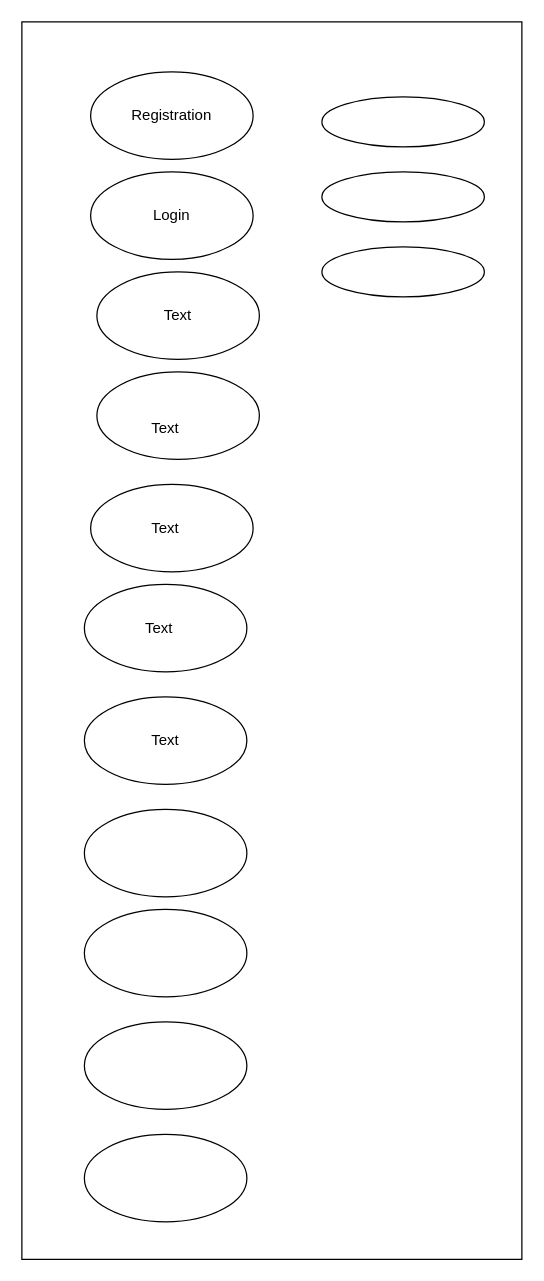
shalulaha/Minor_Project keeps this draw.io diagram as Untitled Diagram.drawio. Above is the earlier version. Source tidied: cells renumbered, new cells numbered last; positions are measured from the earlier drawing's top-left corner, leaving out a move shared by most shapes. Both pictures are drawn from the tidied source at 125%, with x=0, y=0 at pixel (21, 21).
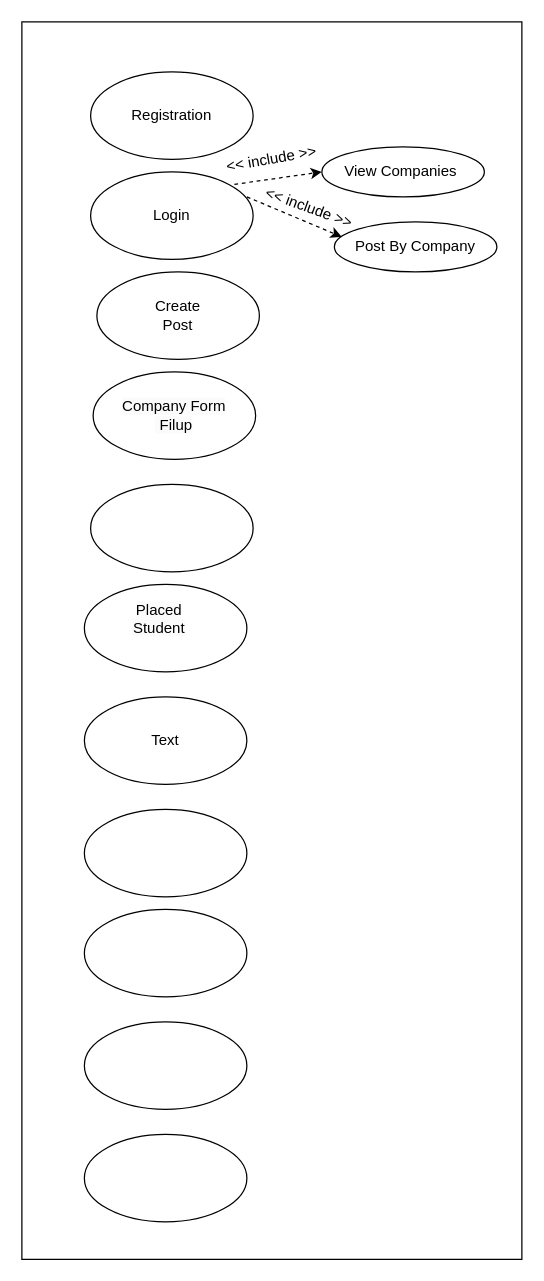
After the change.

Diff of the diagram source:
```diff
@@
-    <mxCell id="2" style="rounded=0;whiteSpace=wrap;html=1;" parent="1" vertex="1">
+    <mxCell id="2" value="&lt;br&gt;&lt;div&gt;&lt;br/&gt;&lt;/div&gt;" style="rounded=0;whiteSpace=wrap;html=1;" parent="1" vertex="1">
       <mxGeometry width="400" height="990" as="geometry" />
     </mxCell>
@@
-    <mxCell id="8" value="Text" style="text;html=1;align=center;verticalAlign=middle;whiteSpace=wrap;rounded=0;" parent="1" vertex="1">
-      <mxGeometry x="95" y="220" width="60" height="30" as="geometry" />
-    </mxCell>
-    <mxCell id="9" style="ellipse;whiteSpace=wrap;html=1;" parent="1" vertex="1">
-      <mxGeometry x="60" y="280" width="130" height="70" as="geometry" />
+    <mxCell id="9" value="&lt;br&gt;&lt;span style=&quot;color: rgb(0, 0, 0); font-family: Helvetica; font-size: 12px; font-style: normal; font-variant-ligatures: normal; font-variant-caps: normal; font-weight: 400; letter-spacing: normal; orphans: 2; text-align: center; text-indent: 0px; text-transform: none; widows: 2; word-spacing: 0px; -webkit-text-stroke-width: 0px; white-space: normal; background-color: rgb(251, 251, 251); text-decoration-thickness: initial; text-decoration-style: initial; text-decoration-color: initial; display: inline !important; float: none;&quot;&gt;Company Form&lt;/span&gt;&lt;div&gt;&lt;span style=&quot;color: rgb(0, 0, 0); font-family: Helvetica; font-size: 12px; font-style: normal; font-variant-ligatures: normal; font-variant-caps: normal; font-weight: 400; letter-spacing: normal; orphans: 2; text-align: center; text-indent: 0px; text-transform: none; widows: 2; word-spacing: 0px; -webkit-text-stroke-width: 0px; white-space: normal; background-color: rgb(251, 251, 251); text-decoration-thickness: initial; text-decoration-style: initial; text-decoration-color: initial; display: inline !important; float: none;&quot;&gt;&amp;nbsp;Filup&lt;/span&gt;&lt;br&gt;&lt;br&gt;&lt;/div&gt;" style="ellipse;whiteSpace=wrap;html=1;" parent="1" vertex="1">
+      <mxGeometry x="57" y="280" width="130" height="70" as="geometry" />
     </mxCell>
-    <mxCell id="10" value="Text" style="text;html=1;align=center;verticalAlign=middle;whiteSpace=wrap;rounded=0;" parent="1" vertex="1">
-      <mxGeometry x="85" y="310" width="60" height="30" as="geometry" />
-    </mxCell>
@@
-    <mxCell id="12" value="Text" style="text;html=1;align=center;verticalAlign=middle;whiteSpace=wrap;rounded=0;" parent="1" vertex="1">
-      <mxGeometry x="85" y="390" width="60" height="30" as="geometry" />
-    </mxCell>
@@
-    <mxCell id="14" value="Text" style="text;html=1;align=center;verticalAlign=middle;whiteSpace=wrap;rounded=0;" parent="1" vertex="1">
+    <mxCell id="14" value="&#10;&lt;span style=&quot;color: rgb(0, 0, 0); font-family: Helvetica; font-size: 12px; font-style: normal; font-variant-ligatures: normal; font-variant-caps: normal; font-weight: 400; letter-spacing: normal; orphans: 2; text-align: center; text-indent: 0px; text-transform: none; widows: 2; word-spacing: 0px; -webkit-text-stroke-width: 0px; white-space: normal; background-color: rgb(251, 251, 251); text-decoration-thickness: initial; text-decoration-style: initial; text-decoration-color: initial; display: inline !important; float: none;&quot;&gt;Placed Student&lt;/span&gt;&#10;&#10;" style="text;html=1;align=center;verticalAlign=middle;whiteSpace=wrap;rounded=0;" parent="1" vertex="1">
       <mxGeometry x="80" y="470" width="60" height="30" as="geometry" />
     </mxCell>
@@
-    <mxCell id="21" style="ellipse;whiteSpace=wrap;html=1;" parent="1" vertex="1">
-      <mxGeometry x="240" y="60" width="130" height="40" as="geometry" />
-    </mxCell>
-    <mxCell id="22" style="ellipse;whiteSpace=wrap;html=1;" parent="1" vertex="1">
-      <mxGeometry x="240" y="120" width="130" height="40" as="geometry" />
+    <mxCell id="22" value="View Companies&amp;nbsp;" style="ellipse;whiteSpace=wrap;html=1;" parent="1" vertex="1">
+      <mxGeometry x="240" y="100" width="130" height="40" as="geometry" />
     </mxCell>
-    <mxCell id="23" style="ellipse;whiteSpace=wrap;html=1;" parent="1" vertex="1">
-      <mxGeometry x="240" y="180" width="130" height="40" as="geometry" />
+    <mxCell id="23" value="Post By Company" style="ellipse;whiteSpace=wrap;html=1;" parent="1" vertex="1">
+      <mxGeometry x="250" y="160" width="130" height="40" as="geometry" />
     </mxCell>
+    <mxCell id="24" style="html=1;labelBackgroundColor=#ffffff;startArrow=none;startFill=0;startSize=6;endArrow=classic;endFill=1;endSize=6;jettySize=auto;strokeWidth=1;dashed=1;fontSize=14;rounded=0;entryX=0;entryY=0.5;entryDx=0;entryDy=0;" parent="1" edge="1" target="22">
+      <mxGeometry relative="1" as="geometry">
+        <mxPoint x="170" y="130" as="sourcePoint" />
+      </mxGeometry>
+    </mxCell>
+    <mxCell id="25" style="html=1;labelBackgroundColor=#ffffff;startArrow=none;startFill=0;startSize=6;endArrow=classic;endFill=1;endSize=6;jettySize=auto;strokeWidth=1;dashed=1;fontSize=14;rounded=0;entryX=0.046;entryY=0.3;entryDx=0;entryDy=0;entryPerimeter=0;" parent="1" edge="1" target="23">
+      <mxGeometry relative="1" as="geometry">
+        <mxPoint x="180" y="140" as="sourcePoint" />
+      </mxGeometry>
+    </mxCell>
+    <mxCell id="26" value="&amp;lt;&amp;lt; include &amp;gt;&amp;gt;" style="text;html=1;align=center;verticalAlign=middle;whiteSpace=wrap;rounded=0;rotation=-10;" parent="1" vertex="1">
+      <mxGeometry x="160" y="100" width="80" height="20" as="geometry" />
+    </mxCell>
+    <mxCell id="27" value="&amp;lt;&amp;lt; include &amp;gt;&amp;gt;" style="text;html=1;align=center;verticalAlign=middle;whiteSpace=wrap;rounded=0;rotation=20;" parent="1" vertex="1">
+      <mxGeometry x="190" y="139" width="80" height="20" as="geometry" />
+    </mxCell>
+    <mxCell id="28" value="Create Post" style="text;html=1;align=center;verticalAlign=middle;whiteSpace=wrap;rounded=0;" parent="1" vertex="1">
+      <mxGeometry x="95" y="220" width="60" height="30" as="geometry" />
+    </mxCell>
```
